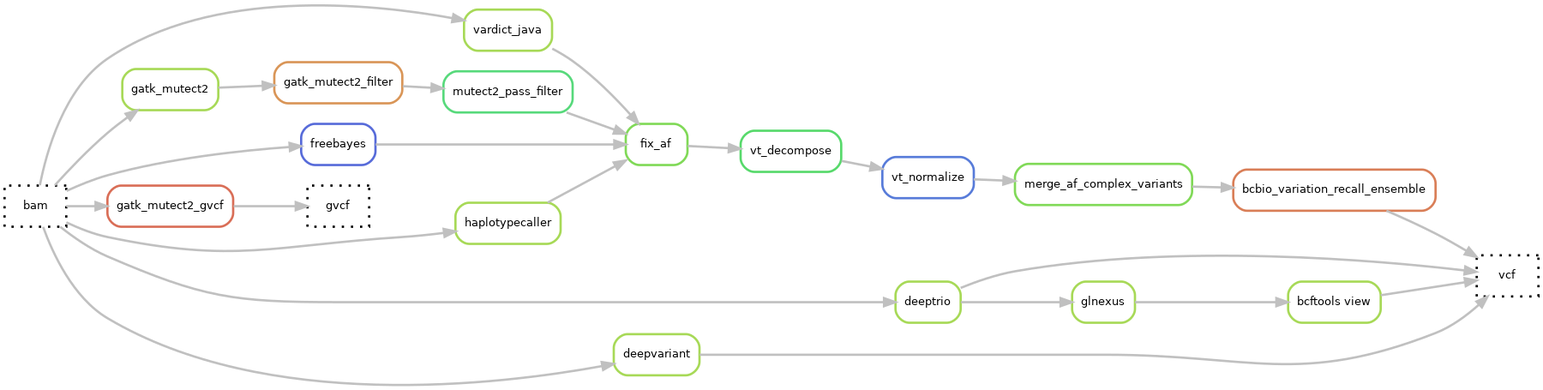
Earlier version of the Graphviz export docs/images/snv_indels_SR.png (hydra-genetics/snv_indels). Its source is kept beside it as docs/images/snv_indels_SR.dot.
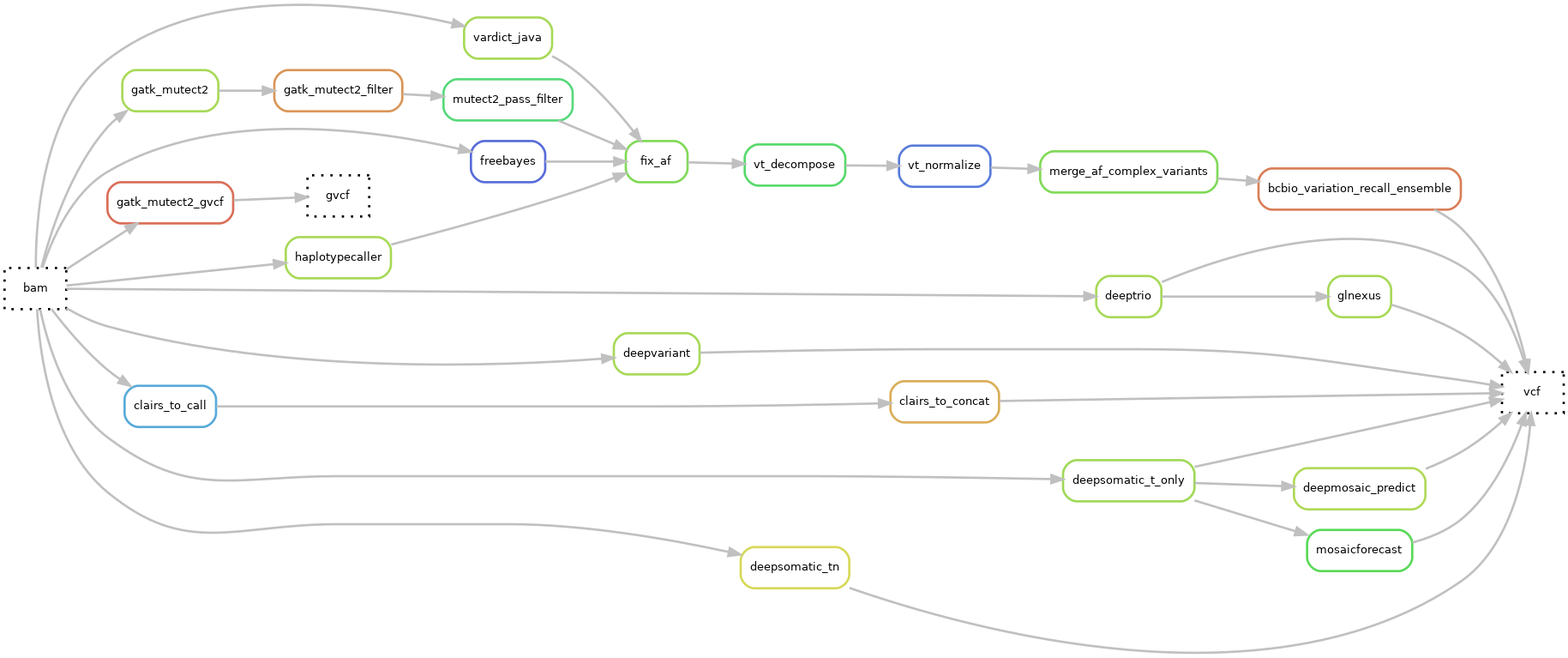
After the change.

The edit, as a diff of the source:
```diff
@@ -19,9 +19,18 @@
 	18[label = "deeptrio", color = "0.23 0.6 0.85", style="rounded"];
 	19[label = "deepvariant", color = "0.23 0.6 0.85", style="rounded"];
 	21[label = "glnexus", color = "0.23 0.6 0.85", style="rounded"];
-	24[label= "bcftools view", color = "0.23 0.6 0.85", style="rounded"];
 	20[label = "bam", color = "0.0 0.0 0.0", style="dotted"];
 	23[label="gvcf", color = "0.0 0.0 0.0", style="dotted"];
+
+	35[label = "clairs_to_concat", color = "0.11 0.6 0.85", style="rounded"];
+	36[label = "clairs_to_call", color = "0.56 0.6 0.85", style="rounded"];
+
+	51[label = "deepsomatic_t_only", color = "0.24 0.6 0.85", style="rounded"];
+	52[label = "deepsomatic_tn", color = "0.17 0.6 0.85", style="rounded"];
+
+	61[label = "deepmosaic_predict", color = "0.22 0.6 0.85", style="rounded"];
+	65[label = "mosaicforecast", color = "0.33 0.6 0.85", style="rounded"];
+
 	20 -> 8
 	20 -> 13
 	20 -> 15
@@ -39,13 +48,24 @@
 	6 -> 4
 	18 -> 0
 	19 -> 0
-	21 -> 24
-	24 -> 0
+	21 -> 0
 	8 -> 6
 	15 -> 6
 	17 -> 6
 	16 -> 23
 	18 -> 21
 
+	35 -> 0
+	36 -> 35
+	20 -> 36
 
+	52 -> 0
+	51 -> 0
+	20 -> 52
+
+	61 -> 0
+	65 -> 0
+	20 -> 51
+	51 -> 61
+	51 -> 65
 }
```
